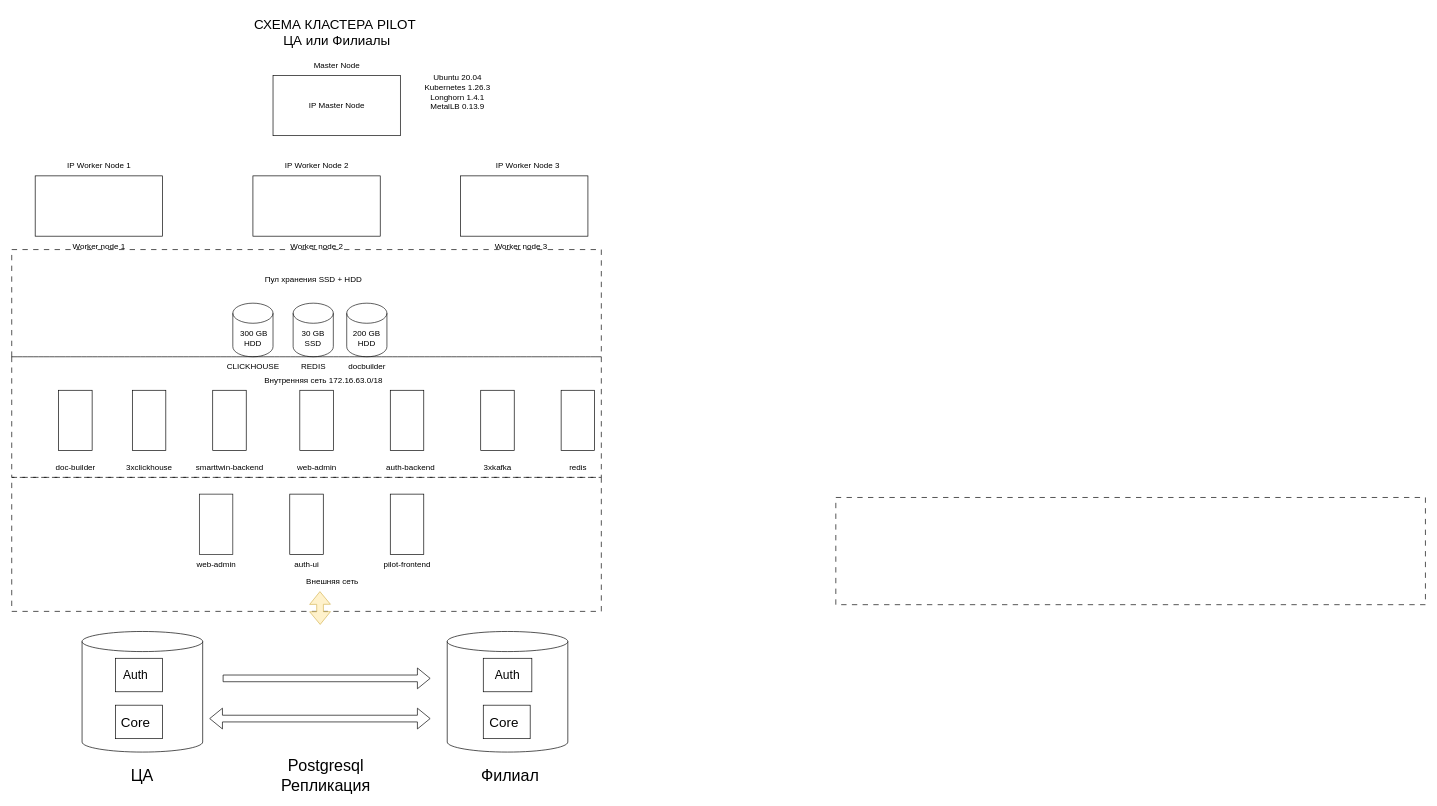
The draw.io diagram page "Инфраструктура развертывания" (13 of 15) of Pilot Схема потоков данных.drawio in aaf1974/ProjectDiagram, before the edit. Source tidied: cells renumbered, new cells numbered last; positions are measured from the earlier drawing's top-left corner, leaving out a move shared by most shapes. Both pictures are drawn from the tidied source at 67%, with x=0, y=0 at pixel (11, 11).
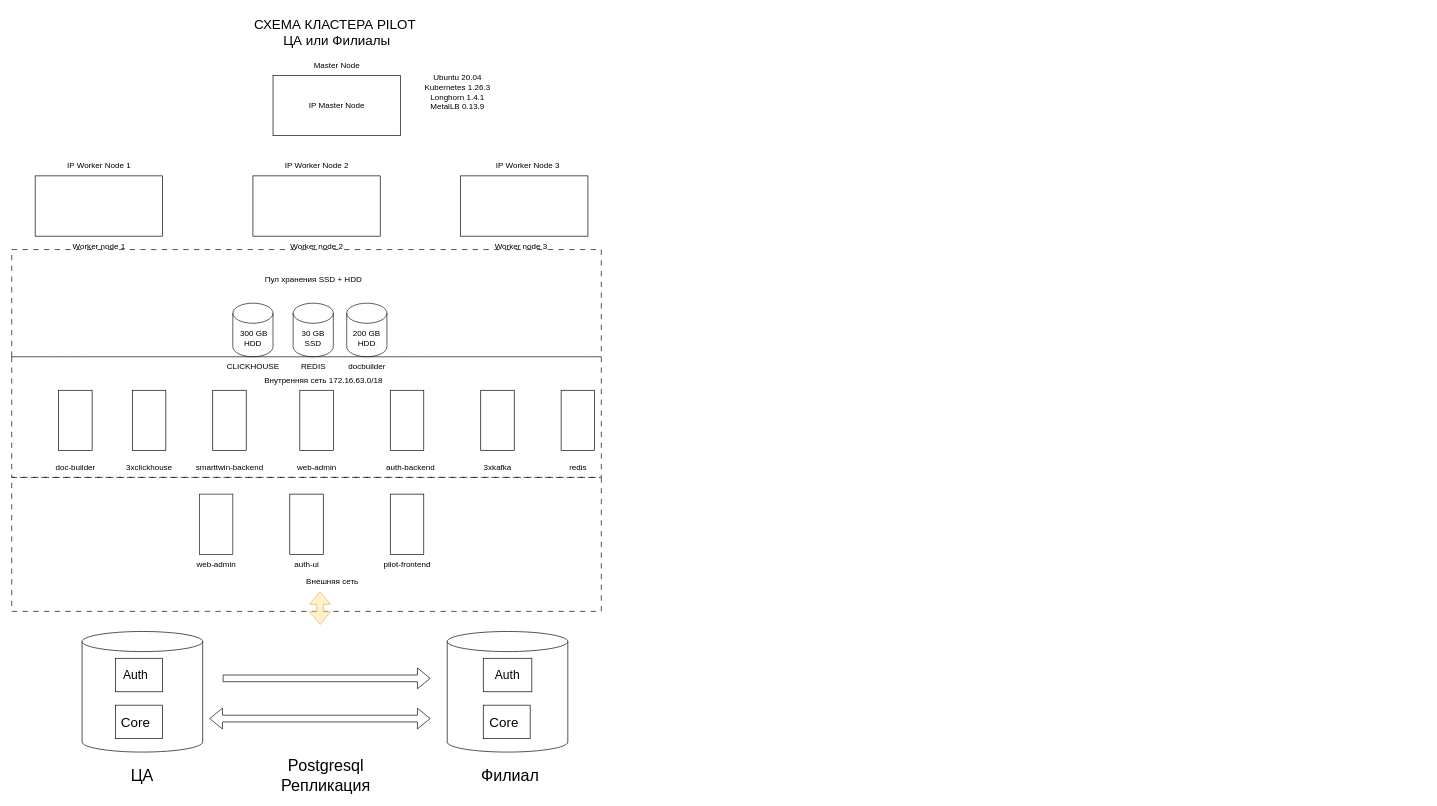
After the change.

Change to the diagram source:
```diff
@@
-    <mxCell id="43" style="rounded=0;whiteSpace=wrap;html=1;fillColor=none;dashed=1;dashPattern=8 8;" parent="1" vertex="1">
-      <mxGeometry x="1230" y="725" width="880" height="160" as="geometry" />
-    </mxCell>
```
